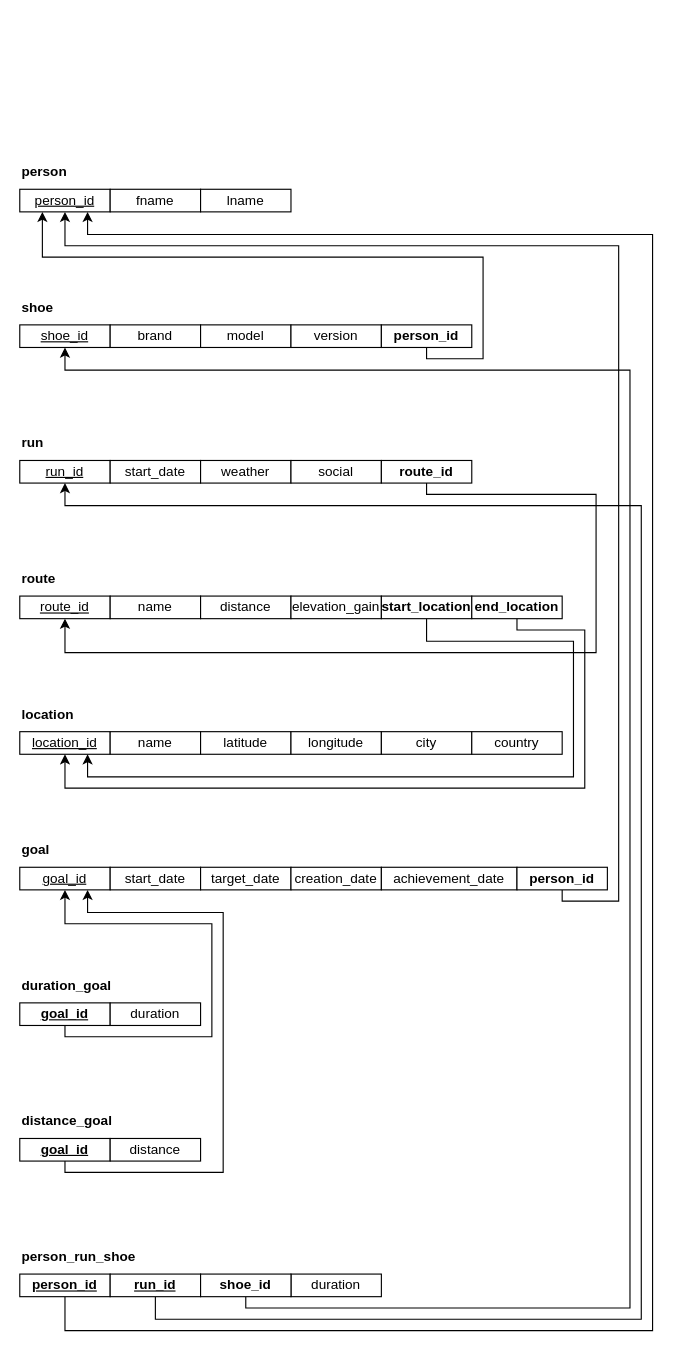
wongd1532/MyRunLogger keeps this draw.io diagram as conceptual-schema/relational-data-model.drawio. Above is the earlier version. Source tidied: cells renumbered, new cells numbered last; positions are measured from the earlier drawing's top-left corner, leaving out a move shared by most shapes. Both pictures are drawn from the tidied source at 113%, with x=0, y=0 at pixel (19, 155).
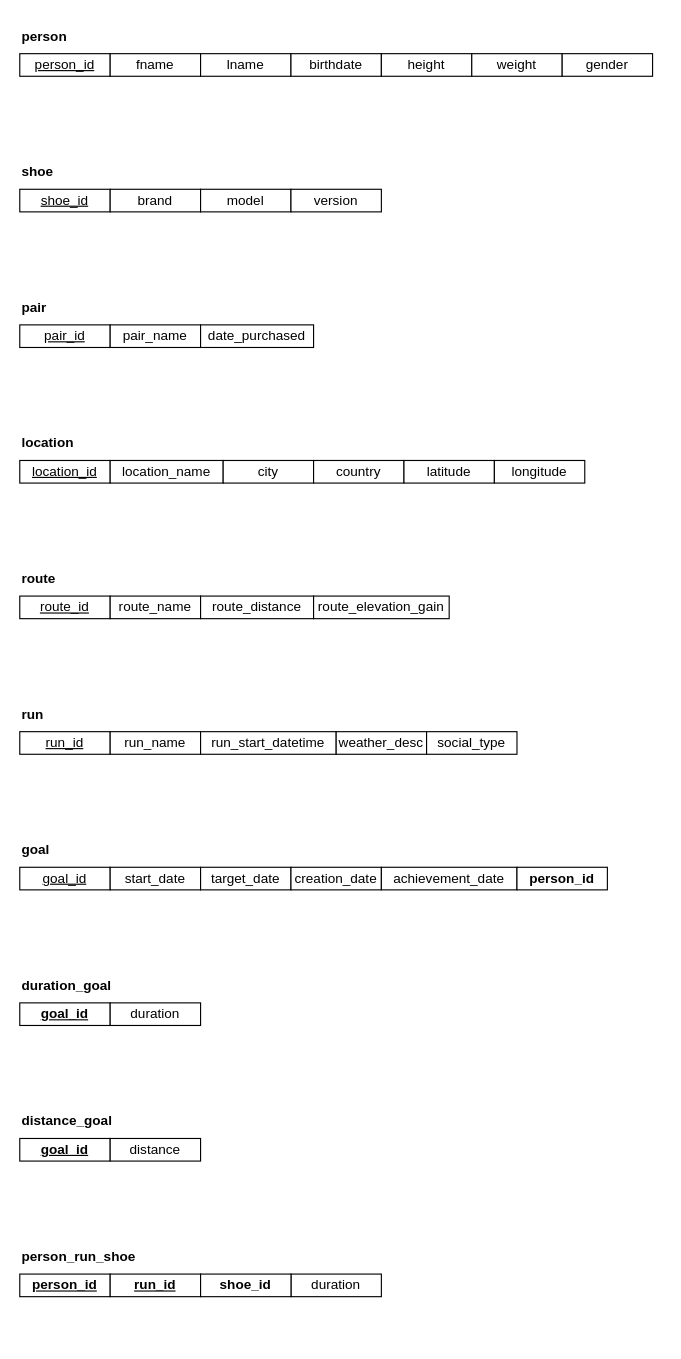
The same page after the edit.

Commit message (it also covers changes not shown here):
ERD and relational data model

Unchanged cells that the change refers to:
```xml
<mxCell id="15" value="route_id" style="rounded=0;whiteSpace=wrap;html=1;fontStyle=4;" parent="1" vertex="1">
  <mxGeometry y="390" width="80" height="20" as="geometry" />
</mxCell>
<mxCell id="20" value="goal_id" style="rounded=0;whiteSpace=wrap;html=1;fontStyle=4;" parent="1" vertex="1">
  <mxGeometry y="630" width="80" height="20" as="geometry" />
</mxCell>
<mxCell id="25" value="goal_id" style="rounded=0;whiteSpace=wrap;html=1;fontStyle=5;" parent="1" vertex="1">
  <mxGeometry y="750" width="80" height="20" as="geometry" />
</mxCell>
<mxCell id="28" value="goal_id" style="rounded=0;whiteSpace=wrap;html=1;fontStyle=5;" parent="1" vertex="1">
  <mxGeometry y="870" width="80" height="20" as="geometry" />
</mxCell>
<mxCell id="31" value="person_id" style="rounded=0;whiteSpace=wrap;html=1;fontStyle=5;" parent="1" vertex="1">
  <mxGeometry y="990" width="80" height="20" as="geometry" />
</mxCell>
<mxCell id="33" value="run_id" style="rounded=0;whiteSpace=wrap;html=1;fontStyle=5;" parent="1" vertex="1">
  <mxGeometry x="80" y="990" width="80" height="20" as="geometry" />
</mxCell>
<mxCell id="39" value="shoe_id" style="rounded=0;whiteSpace=wrap;html=1;fontStyle=1;" parent="1" vertex="1">
  <mxGeometry x="160" y="990" width="80" height="20" as="geometry" />
</mxCell>
<mxCell id="53" value="person_id" style="rounded=0;whiteSpace=wrap;html=1;fontStyle=1;" parent="1" vertex="1">
  <mxGeometry x="440" y="630" width="80" height="20" as="geometry" />
</mxCell>
```

The edit, as a diff of the source:
```diff
@@
     <mxCell id="2" value="person" style="text;html=1;align=left;verticalAlign=middle;whiteSpace=wrap;rounded=0;fontStyle=1;" parent="1" vertex="1">
-      <mxGeometry width="60" height="30" as="geometry" />
+      <mxGeometry y="-120" width="60" height="30" as="geometry" />
     </mxCell>
     <mxCell id="3" value="person_id" style="rounded=0;whiteSpace=wrap;html=1;fontStyle=4;" parent="1" vertex="1">
-      <mxGeometry y="30" width="80" height="20" as="geometry" />
+      <mxGeometry y="-90" width="80" height="20" as="geometry" />
     </mxCell>
     <mxCell id="4" value="fname" style="rounded=0;whiteSpace=wrap;html=1;" parent="1" vertex="1">
-      <mxGeometry x="80" y="30" width="80" height="20" as="geometry" />
+      <mxGeometry x="80" y="-90" width="80" height="20" as="geometry" />
     </mxCell>
     <mxCell id="5" value="lname" style="rounded=0;whiteSpace=wrap;html=1;" parent="1" vertex="1">
-      <mxGeometry x="160" y="30" width="80" height="20" as="geometry" />
+      <mxGeometry x="160" y="-90" width="80" height="20" as="geometry" />
     </mxCell>
     <mxCell id="6" value="shoe" style="text;html=1;align=left;verticalAlign=middle;whiteSpace=wrap;rounded=0;fontStyle=1;" parent="1" vertex="1">
-      <mxGeometry y="120" width="60" height="30" as="geometry" />
+      <mxGeometry width="60" height="30" as="geometry" />
     </mxCell>
     <mxCell id="7" value="shoe_id" style="rounded=0;whiteSpace=wrap;html=1;fontStyle=4;" parent="1" vertex="1">
-      <mxGeometry y="150" width="80" height="20" as="geometry" />
+      <mxGeometry y="30" width="80" height="20" as="geometry" />
     </mxCell>
     <mxCell id="8" value="brand" style="rounded=0;whiteSpace=wrap;html=1;" parent="1" vertex="1">
-      <mxGeometry x="80" y="150" width="80" height="20" as="geometry" />
+      <mxGeometry x="80" y="30" width="80" height="20" as="geometry" />
     </mxCell>
     <mxCell id="9" value="model" style="rounded=0;whiteSpace=wrap;html=1;" parent="1" vertex="1">
-      <mxGeometry x="160" y="150" width="80" height="20" as="geometry" />
+      <mxGeometry x="160" y="30" width="80" height="20" as="geometry" />
     </mxCell>
     <mxCell id="10" value="version" style="rounded=0;whiteSpace=wrap;html=1;" parent="1" vertex="1">
-      <mxGeometry x="240" y="150" width="80" height="20" as="geometry" />
+      <mxGeometry x="240" y="30" width="80" height="20" as="geometry" />
     </mxCell>
-    <mxCell id="11" value="&lt;b&gt;run&lt;/b&gt;" style="text;html=1;align=left;verticalAlign=middle;whiteSpace=wrap;rounded=0;" parent="1" vertex="1">
+    <mxCell id="11" value="location" style="text;html=1;align=left;verticalAlign=middle;whiteSpace=wrap;rounded=0;fontStyle=1;" parent="1" vertex="1">
       <mxGeometry y="240" width="60" height="30" as="geometry" />
     </mxCell>
-    <mxCell id="12" value="run_id" style="rounded=0;whiteSpace=wrap;html=1;fontStyle=4;" parent="1" vertex="1">
+    <mxCell id="12" value="location_id" style="rounded=0;whiteSpace=wrap;html=1;fontStyle=4;" parent="1" vertex="1">
       <mxGeometry y="270" width="80" height="20" as="geometry" />
     </mxCell>
-    <mxCell id="13" value="start_date" style="rounded=0;whiteSpace=wrap;html=1;" parent="1" vertex="1">
-      <mxGeometry x="80" y="270" width="80" height="20" as="geometry" />
+    <mxCell id="13" value="location_name" style="rounded=0;whiteSpace=wrap;html=1;" parent="1" vertex="1">
+      <mxGeometry x="80" y="270" width="100" height="20" as="geometry" />
     </mxCell>
@@
-    <mxCell id="16" value="name" style="rounded=0;whiteSpace=wrap;html=1;" parent="1" vertex="1">
+    <mxCell id="16" value="route_name" style="rounded=0;whiteSpace=wrap;html=1;" parent="1" vertex="1">
       <mxGeometry x="80" y="390" width="80" height="20" as="geometry" />
     </mxCell>
-    <mxCell id="17" value="&lt;b&gt;location&lt;/b&gt;" style="text;html=1;align=left;verticalAlign=middle;whiteSpace=wrap;rounded=0;" parent="1" vertex="1">
+    <mxCell id="17" value="&lt;b&gt;run&lt;/b&gt;" style="text;html=1;align=left;verticalAlign=middle;whiteSpace=wrap;rounded=0;" parent="1" vertex="1">
       <mxGeometry y="480" width="60" height="30" as="geometry" />
     </mxCell>
-    <mxCell id="18" value="location_id" style="rounded=0;whiteSpace=wrap;html=1;fontStyle=4;" parent="1" vertex="1">
+    <mxCell id="18" value="run_id" style="rounded=0;whiteSpace=wrap;html=1;fontStyle=4;" parent="1" vertex="1">
       <mxGeometry y="510" width="80" height="20" as="geometry" />
     </mxCell>
@@
-    <mxCell id="24" style="edgeStyle=orthogonalEdgeStyle;rounded=0;jettySize=auto;html=1;entryX=0.5;entryY=1;entryDx=0;entryDy=0;" parent="1" edge="1" source="25" target="20">
-      <mxGeometry relative="1" as="geometry">
-        <Array as="points">
-          <mxPoint x="40" y="780" />
-          <mxPoint x="170" y="780" />
-          <mxPoint x="170" y="680" />
-          <mxPoint x="40" y="680" />
-        </Array>
-      </mxGeometry>
-    </mxCell>
@@
-    <mxCell id="27" style="edgeStyle=orthogonalEdgeStyle;rounded=0;jettySize=auto;html=1;entryX=0.75;entryY=1;entryDx=0;entryDy=0;" parent="1" edge="1" source="28" target="20">
-      <mxGeometry relative="1" as="geometry">
-        <Array as="points">
-          <mxPoint x="40" y="900" />
-          <mxPoint x="180" y="900" />
-          <mxPoint x="180" y="670" />
-          <mxPoint x="60" y="670" />
-        </Array>
-      </mxGeometry>
-    </mxCell>
@@
-    <mxCell id="30" style="edgeStyle=orthogonalEdgeStyle;rounded=0;jettySize=auto;html=1;entryX=0.75;entryY=1;entryDx=0;entryDy=0;" parent="1" edge="1" source="31" target="3">
-      <mxGeometry relative="1" as="geometry">
-        <Array as="points">
-          <mxPoint x="40" y="1040" />
-          <mxPoint x="560" y="1040" />
-          <mxPoint x="560" y="70" />
-          <mxPoint x="60" y="70" />
-        </Array>
-      </mxGeometry>
-    </mxCell>
@@
-    <mxCell id="32" style="edgeStyle=orthogonalEdgeStyle;rounded=0;jettySize=auto;html=1;entryX=0.5;entryY=1;entryDx=0;entryDy=0;" parent="1" edge="1" source="33" target="12">
-      <mxGeometry relative="1" as="geometry">
-        <Array as="points">
-          <mxPoint x="120" y="1030" />
-          <mxPoint x="550" y="1030" />
-          <mxPoint x="550" y="310" />
-          <mxPoint x="40" y="310" />
-        </Array>
-      </mxGeometry>
-    </mxCell>
@@
-    <mxCell id="34" value="&lt;span style=&quot;font-weight: normal;&quot;&gt;weather&lt;/span&gt;" style="rounded=0;whiteSpace=wrap;html=1;fontStyle=1;" parent="1" vertex="1">
-      <mxGeometry x="160" y="270" width="80" height="20" as="geometry" />
+    <mxCell id="34" value="&lt;span style=&quot;font-weight: normal;&quot;&gt;city&lt;/span&gt;" style="rounded=0;whiteSpace=wrap;html=1;fontStyle=1;" parent="1" vertex="1">
+      <mxGeometry x="180" y="270" width="80" height="20" as="geometry" />
     </mxCell>
@@
-    <mxCell id="36" value="&lt;span style=&quot;font-weight: normal;&quot;&gt;social&lt;/span&gt;" style="rounded=0;whiteSpace=wrap;html=1;fontStyle=1;" parent="1" vertex="1">
-      <mxGeometry x="240" y="270" width="80" height="20" as="geometry" />
-    </mxCell>
@@
-    <mxCell id="38" style="edgeStyle=orthogonalEdgeStyle;rounded=0;jettySize=auto;html=1;" parent="1" edge="1" source="39" target="7">
-      <mxGeometry relative="1" as="geometry">
-        <Array as="points">
-          <mxPoint x="200" y="1020" />
-          <mxPoint x="540" y="1020" />
-          <mxPoint x="540" y="190" />
-          <mxPoint x="40" y="190" />
-        </Array>
-      </mxGeometry>
-    </mxCell>
@@
-    <mxCell id="41" value="distance" style="rounded=0;whiteSpace=wrap;html=1;" parent="1" vertex="1">
-      <mxGeometry x="160" y="390" width="80" height="20" as="geometry" />
+    <mxCell id="41" value="route_distance" style="rounded=0;whiteSpace=wrap;html=1;" parent="1" vertex="1">
+      <mxGeometry x="160" y="390" width="100" height="20" as="geometry" />
     </mxCell>
-    <mxCell id="42" value="elevation_gain" style="rounded=0;whiteSpace=wrap;html=1;" parent="1" vertex="1">
-      <mxGeometry x="240" y="390" width="80" height="20" as="geometry" />
-    </mxCell>
-    <mxCell id="43" value="name" style="rounded=0;whiteSpace=wrap;html=1;" parent="1" vertex="1">
+    <mxCell id="43" value="run_name" style="rounded=0;whiteSpace=wrap;html=1;" parent="1" vertex="1">
       <mxGeometry x="80" y="510" width="80" height="20" as="geometry" />
     </mxCell>
-    <mxCell id="44" value="latitude" style="rounded=0;whiteSpace=wrap;html=1;" parent="1" vertex="1">
-      <mxGeometry x="160" y="510" width="80" height="20" as="geometry" />
+    <mxCell id="44" value="run_start_datetime" style="rounded=0;whiteSpace=wrap;html=1;" parent="1" vertex="1">
+      <mxGeometry x="160" y="510" width="120" height="20" as="geometry" />
     </mxCell>
-    <mxCell id="45" value="longitude" style="rounded=0;whiteSpace=wrap;html=1;" parent="1" vertex="1">
-      <mxGeometry x="240" y="510" width="80" height="20" as="geometry" />
+    <mxCell id="45" value="weather_desc" style="rounded=0;whiteSpace=wrap;html=1;" parent="1" vertex="1">
+      <mxGeometry x="280" y="510" width="80" height="20" as="geometry" />
     </mxCell>
-    <mxCell id="46" value="city" style="rounded=0;whiteSpace=wrap;html=1;" parent="1" vertex="1">
-      <mxGeometry x="320" y="510" width="80" height="20" as="geometry" />
+    <mxCell id="46" value="social_type" style="rounded=0;whiteSpace=wrap;html=1;" parent="1" vertex="1">
+      <mxGeometry x="360" y="510" width="80" height="20" as="geometry" />
     </mxCell>
-    <mxCell id="47" value="country" style="rounded=0;whiteSpace=wrap;html=1;" parent="1" vertex="1">
-      <mxGeometry x="400" y="510" width="80" height="20" as="geometry" />
-    </mxCell>
-    <mxCell id="48" style="edgeStyle=orthogonalEdgeStyle;rounded=0;jettySize=auto;html=1;entryX=0.25;entryY=1;entryDx=0;entryDy=0;" parent="1" edge="1" source="49" target="3">
-      <mxGeometry relative="1" as="geometry">
-        <Array as="points">
-          <mxPoint x="360" y="180" />
-          <mxPoint x="410" y="180" />
-          <mxPoint x="410" y="90" />
-          <mxPoint x="20" y="90" />
-        </Array>
-      </mxGeometry>
-    </mxCell>
-    <mxCell id="49" value="person_id" style="rounded=0;whiteSpace=wrap;html=1;fontStyle=1;" parent="1" vertex="1">
-      <mxGeometry x="320" y="150" width="80" height="20" as="geometry" />
-    </mxCell>
@@
-    <mxCell id="52" style="edgeStyle=orthogonalEdgeStyle;rounded=0;jettySize=auto;html=1;entryX=0.5;entryY=1;entryDx=0;entryDy=0;" parent="1" edge="1" source="53" target="3">
-      <mxGeometry relative="1" as="geometry">
-        <Array as="points">
-          <mxPoint x="480" y="660" />
-          <mxPoint x="530" y="660" />
-          <mxPoint x="530" y="80" />
-          <mxPoint x="40" y="80" />
-        </Array>
-      </mxGeometry>
-    </mxCell>
@@
-    <mxCell id="54" style="edgeStyle=orthogonalEdgeStyle;rounded=0;jettySize=auto;html=1;entryX=0.75;entryY=1;entryDx=0;entryDy=0;" parent="1" edge="1" source="55" target="18">
-      <mxGeometry relative="1" as="geometry">
-        <Array as="points">
-          <mxPoint x="360" y="430" />
-          <mxPoint x="490" y="430" />
-          <mxPoint x="490" y="550" />
-          <mxPoint x="60" y="550" />
-        </Array>
-      </mxGeometry>
-    </mxCell>
-    <mxCell id="55" value="start_location" style="rounded=0;whiteSpace=wrap;html=1;fontStyle=1;" parent="1" vertex="1">
-      <mxGeometry x="320" y="390" width="80" height="20" as="geometry" />
-    </mxCell>
-    <mxCell id="56" style="edgeStyle=orthogonalEdgeStyle;rounded=0;jettySize=auto;html=1;entryX=0.5;entryY=1;entryDx=0;entryDy=0;" parent="1" edge="1" source="57" target="18">
-      <mxGeometry relative="1" as="geometry">
-        <Array as="points">
-          <mxPoint x="440" y="420" />
-          <mxPoint x="500" y="420" />
-          <mxPoint x="500" y="560" />
-          <mxPoint x="40" y="560" />
-        </Array>
-      </mxGeometry>
-    </mxCell>
-    <mxCell id="57" value="end_location" style="rounded=0;whiteSpace=wrap;html=1;fontStyle=1;" parent="1" vertex="1">
-      <mxGeometry x="400" y="390" width="80" height="20" as="geometry" />
-    </mxCell>
-    <mxCell id="58" style="edgeStyle=orthogonalEdgeStyle;rounded=0;jettySize=auto;html=1;entryX=0.5;entryY=1;entryDx=0;entryDy=0;" parent="1" edge="1" source="59" target="15">
-      <mxGeometry relative="1" as="geometry">
-        <Array as="points">
-          <mxPoint x="360" y="300" />
-          <mxPoint x="510" y="300" />
-          <mxPoint x="510" y="440" />
-          <mxPoint x="40" y="440" />
-        </Array>
-      </mxGeometry>
-    </mxCell>
-    <mxCell id="59" value="route_id" style="rounded=0;whiteSpace=wrap;html=1;fontStyle=1;" parent="1" vertex="1">
-      <mxGeometry x="320" y="270" width="80" height="20" as="geometry" />
-    </mxCell>
+    <mxCell id="60" value="birthdate" style="rounded=0;whiteSpace=wrap;html=1;" parent="1" vertex="1">
+      <mxGeometry x="240" y="-90" width="80" height="20" as="geometry" />
+    </mxCell>
+    <mxCell id="61" value="height" style="rounded=0;whiteSpace=wrap;html=1;" parent="1" vertex="1">
+      <mxGeometry x="320" y="-90" width="80" height="20" as="geometry" />
+    </mxCell>
+    <mxCell id="62" value="weight" style="rounded=0;whiteSpace=wrap;html=1;" parent="1" vertex="1">
+      <mxGeometry x="400" y="-90" width="80" height="20" as="geometry" />
+    </mxCell>
+    <mxCell id="63" value="gender" style="rounded=0;whiteSpace=wrap;html=1;" parent="1" vertex="1">
+      <mxGeometry x="480" y="-90" width="80" height="20" as="geometry" />
+    </mxCell>
+    <mxCell id="64" value="pair" style="text;html=1;align=left;verticalAlign=middle;whiteSpace=wrap;rounded=0;fontStyle=1;" parent="1" vertex="1">
+      <mxGeometry y="120" width="60" height="30" as="geometry" />
+    </mxCell>
+    <mxCell id="65" value="pair_id" style="rounded=0;whiteSpace=wrap;html=1;fontStyle=4;" parent="1" vertex="1">
+      <mxGeometry y="150" width="80" height="20" as="geometry" />
+    </mxCell>
+    <mxCell id="66" value="pair_name" style="rounded=0;whiteSpace=wrap;html=1;" parent="1" vertex="1">
+      <mxGeometry x="80" y="150" width="80" height="20" as="geometry" />
+    </mxCell>
+    <mxCell id="67" value="date_purchased" style="rounded=0;whiteSpace=wrap;html=1;" parent="1" vertex="1">
+      <mxGeometry x="160" y="150" width="100" height="20" as="geometry" />
+    </mxCell>
+    <mxCell id="47" value="&lt;span style=&quot;font-weight: normal;&quot;&gt;country&lt;/span&gt;" style="rounded=0;whiteSpace=wrap;html=1;fontStyle=1;" parent="1" vertex="1">
+      <mxGeometry x="260" y="270" width="80" height="20" as="geometry" />
+    </mxCell>
+    <mxCell id="68" value="&lt;span style=&quot;font-weight: normal;&quot;&gt;latitude&lt;/span&gt;" style="rounded=0;whiteSpace=wrap;html=1;fontStyle=1;" parent="1" vertex="1">
+      <mxGeometry x="340" y="270" width="80" height="20" as="geometry" />
+    </mxCell>
+    <mxCell id="69" value="&lt;span style=&quot;font-weight: normal;&quot;&gt;longitude&lt;/span&gt;" style="rounded=0;whiteSpace=wrap;html=1;fontStyle=1;" parent="1" vertex="1">
+      <mxGeometry x="420" y="270" width="80" height="20" as="geometry" />
+    </mxCell>
+    <mxCell id="70" value="route_elevation_gain" style="rounded=0;whiteSpace=wrap;html=1;" parent="1" vertex="1">
+      <mxGeometry x="260" y="390" width="120" height="20" as="geometry" />
+    </mxCell>
```
